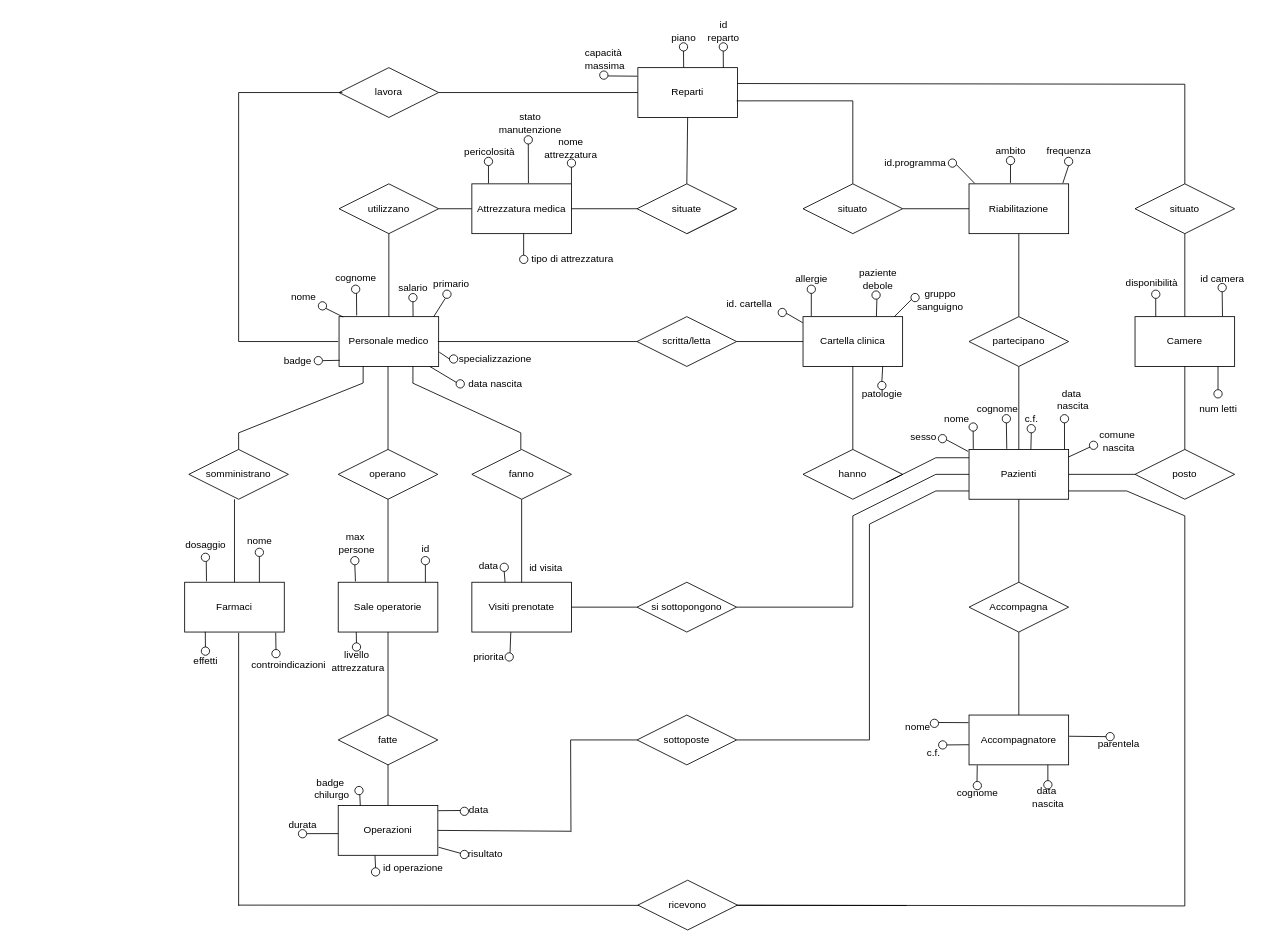
This is ER-logica.drawio from MicheleDioli/UniPD-database-project-2024, a draw.io file, before an edit. Source tidied: cells renumbered, new cells numbered last; positions are measured from the earlier drawing's top-left corner, leaving out a move shared by most shapes. Both pictures are drawn from the tidied source at 83%, with x=0, y=0 at pixel (176, 14).
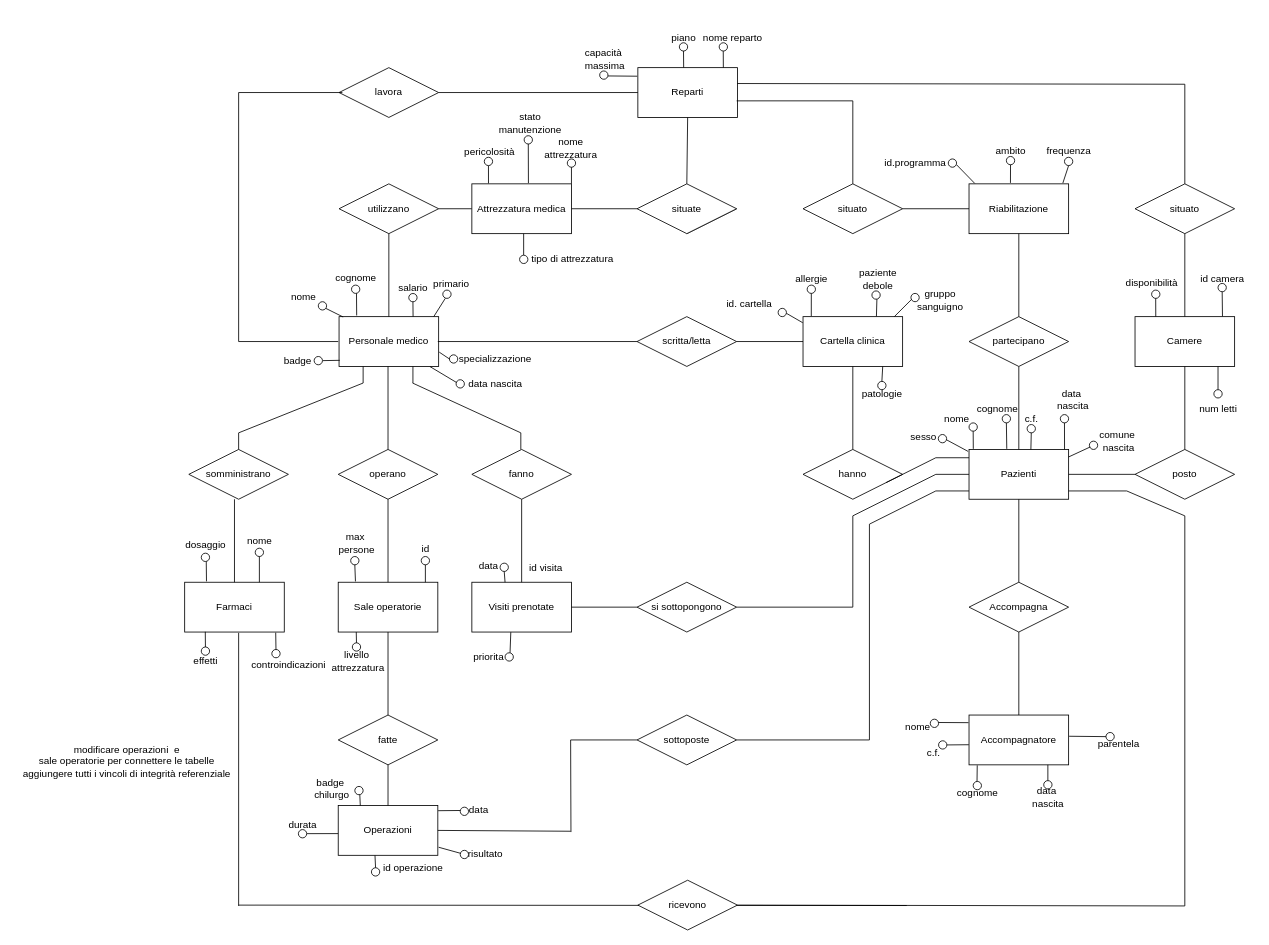
After the change.

The edit, as a diff of the source:
```diff
@@
-    <mxCell id="198" value="id&lt;br&gt;&lt;div&gt;reparto&lt;/div&gt;" style="text;html=1;align=center;verticalAlign=middle;strokeColor=none;fillColor=none;" parent="1" vertex="1">
-      <mxGeometry x="629" width="60" height="40" as="geometry" />
+    <mxCell id="198" value="nome reparto" style="text;html=1;align=center;verticalAlign=middle;strokeColor=none;fillColor=none;" parent="1" vertex="1">
+      <mxGeometry x="625" y="13" width="90" height="30" as="geometry" />
     </mxCell>
@@
+    <mxCell id="241" value="modificare operazioni&amp;nbsp; e&lt;br&gt;sale operatorie per connettere le tabelle&lt;br&gt;aggiungere tutti i vincoli di integrità referenziale" style="text;html=1;align=center;verticalAlign=middle;strokeColor=none;fillColor=none;" parent="1" vertex="1">
+      <mxGeometry x="-195" y="870" width="270" height="60" as="geometry" />
+    </mxCell>
```
